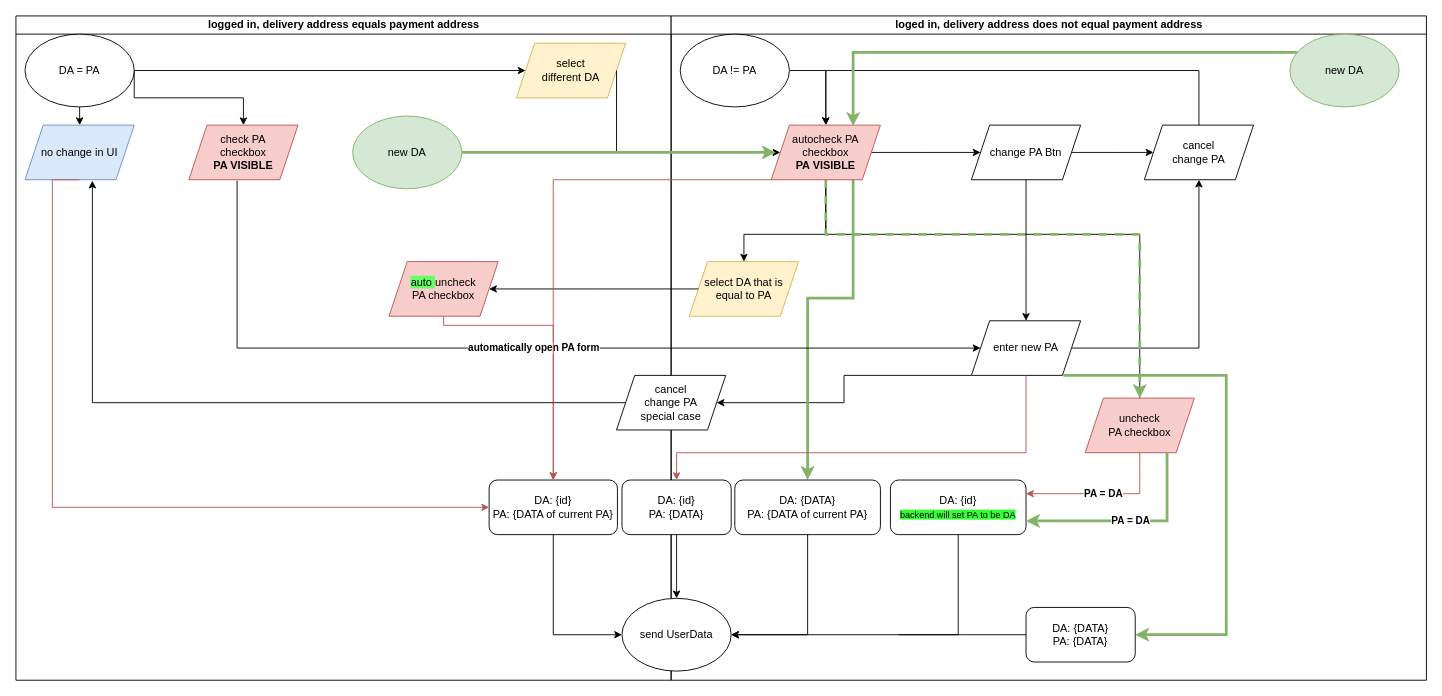
Earlier version of the draw.io diagram page "Page-3" (3 of 3) of Untitled Diagram.drawio (witnessthefitness/charts). Source tidied: cells renumbered, new cells numbered last; positions are measured from the earlier drawing's top-left corner, leaving out a move shared by most shapes. Both pictures are drawn from the tidied source at 91%, with x=0, y=0 at pixel (15, 15).
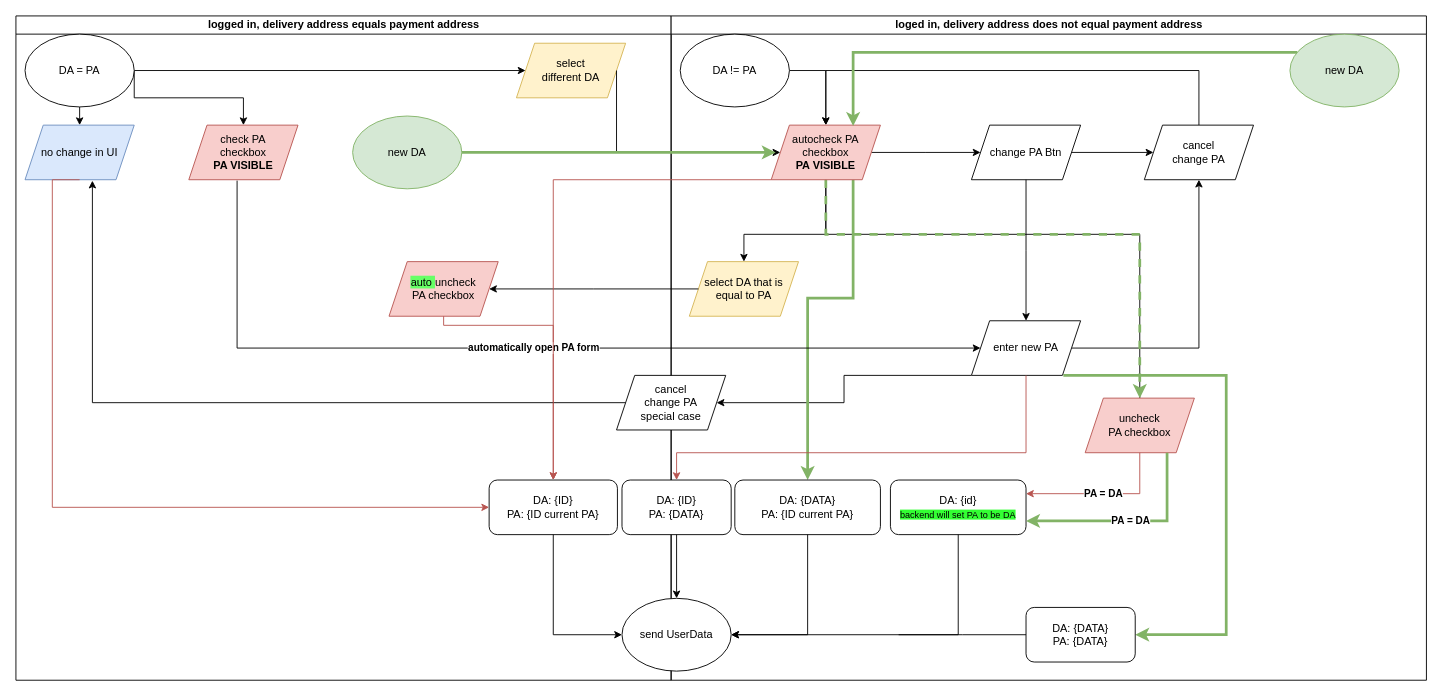
The same page after the edit.

Unchanged cells that the change refers to:
```xml
<mxCell id="2" value="logged in, delivery address equals payment address" style="swimlane;html=1;startSize=20;swimlaneLine=1;" parent="1" vertex="1">
  <mxGeometry width="720" height="730" as="geometry" />
</mxCell>
<mxCell id="16" value="loged in, delivery address does not equal payment address" style="swimlane;html=1;startSize=20;" parent="1" vertex="1">
  <mxGeometry x="720" width="830" height="730" as="geometry" />
</mxCell>
```

What changed in the source:
```diff
@@
-    <mxCell id="13" value="&lt;div&gt;&lt;font style=&quot;font-size: 12px&quot;&gt;&lt;font style=&quot;font-size: 12px&quot;&gt;DA: {id}&lt;/font&gt;&lt;/font&gt;&lt;/div&gt;&lt;div&gt;&lt;font style=&quot;font-size: 12px&quot;&gt;&lt;font style=&quot;font-size: 12px&quot;&gt;PA: {DATA of current PA}&lt;br&gt;&lt;/font&gt;&lt;/font&gt;&lt;/div&gt;" style="rounded=1;whiteSpace=wrap;html=1;" parent="2" vertex="1">
+    <mxCell id="13" value="&lt;div&gt;&lt;font style=&quot;font-size: 12px&quot;&gt;&lt;font style=&quot;font-size: 12px&quot;&gt;DA: {ID}&lt;/font&gt;&lt;/font&gt;&lt;/div&gt;&lt;div&gt;&lt;font style=&quot;font-size: 12px&quot;&gt;&lt;font style=&quot;font-size: 12px&quot;&gt;PA: {&lt;/font&gt;&lt;/font&gt;&lt;font style=&quot;font-size: 12px&quot;&gt;&lt;font style=&quot;font-size: 12px&quot;&gt;&lt;font style=&quot;font-size: 12px&quot;&gt;&lt;font style=&quot;font-size: 12px&quot;&gt;ID&lt;/font&gt;&lt;/font&gt; current PA}&lt;br&gt;&lt;/font&gt;&lt;/font&gt;&lt;/div&gt;" style="rounded=1;whiteSpace=wrap;html=1;" parent="2" vertex="1">
       <mxGeometry x="520" y="510" width="141" height="60" as="geometry" />
     </mxCell>
@@
-    <mxCell id="38" value="&lt;div&gt;&lt;font style=&quot;font-size: 12px&quot;&gt;&lt;font style=&quot;font-size: 12px&quot;&gt;DA: {DATA}&lt;/font&gt;&lt;/font&gt;&lt;/div&gt;&lt;div&gt;&lt;font style=&quot;font-size: 12px&quot;&gt;&lt;font style=&quot;font-size: 12px&quot;&gt;PA: {DATA of current PA}&lt;br&gt;&lt;/font&gt;&lt;/font&gt;&lt;/div&gt;" style="rounded=1;whiteSpace=wrap;html=1;" parent="16" vertex="1">
+    <mxCell id="38" value="&lt;div&gt;&lt;font style=&quot;font-size: 12px&quot;&gt;&lt;font style=&quot;font-size: 12px&quot;&gt;DA: {DATA}&lt;/font&gt;&lt;/font&gt;&lt;/div&gt;&lt;div&gt;&lt;font style=&quot;font-size: 12px&quot;&gt;&lt;font style=&quot;font-size: 12px&quot;&gt;PA: {&lt;/font&gt;&lt;/font&gt;&lt;font style=&quot;font-size: 12px&quot;&gt;&lt;font style=&quot;font-size: 12px&quot;&gt;&lt;font style=&quot;font-size: 12px&quot;&gt;&lt;font style=&quot;font-size: 12px&quot;&gt;ID&lt;/font&gt;&lt;/font&gt; current PA}&lt;br&gt;&lt;/font&gt;&lt;/font&gt;&lt;/div&gt;" style="rounded=1;whiteSpace=wrap;html=1;" parent="16" vertex="1">
       <mxGeometry x="70" y="510" width="160" height="60" as="geometry" />
     </mxCell>
-    <mxCell id="39" value="&lt;div&gt;&lt;font style=&quot;font-size: 12px&quot;&gt;&lt;font style=&quot;font-size: 12px&quot;&gt;DA: {id}&lt;/font&gt;&lt;/font&gt;&lt;/div&gt;&lt;div&gt;&lt;font style=&quot;font-size: 12px&quot;&gt;&lt;font style=&quot;font-size: 12px&quot;&gt;PA: {DATA}&lt;br&gt;&lt;/font&gt;&lt;/font&gt;&lt;/div&gt;" style="rounded=1;whiteSpace=wrap;html=1;" parent="16" vertex="1">
+    <mxCell id="39" value="&lt;div&gt;&lt;font style=&quot;font-size: 12px&quot;&gt;&lt;font style=&quot;font-size: 12px&quot;&gt;DA: {&lt;/font&gt;&lt;/font&gt;&lt;font style=&quot;font-size: 12px&quot;&gt;&lt;font style=&quot;font-size: 12px&quot;&gt;&lt;font style=&quot;font-size: 12px&quot;&gt;&lt;font style=&quot;font-size: 12px&quot;&gt;ID&lt;/font&gt;&lt;/font&gt;}&lt;/font&gt;&lt;/font&gt;&lt;/div&gt;&lt;div&gt;&lt;font style=&quot;font-size: 12px&quot;&gt;&lt;font style=&quot;font-size: 12px&quot;&gt;PA: {DATA}&lt;br&gt;&lt;/font&gt;&lt;/font&gt;&lt;/div&gt;" style="rounded=1;whiteSpace=wrap;html=1;" parent="16" vertex="1">
       <mxGeometry x="-54" y="510" width="120" height="60" as="geometry" />
     </mxCell>
```
